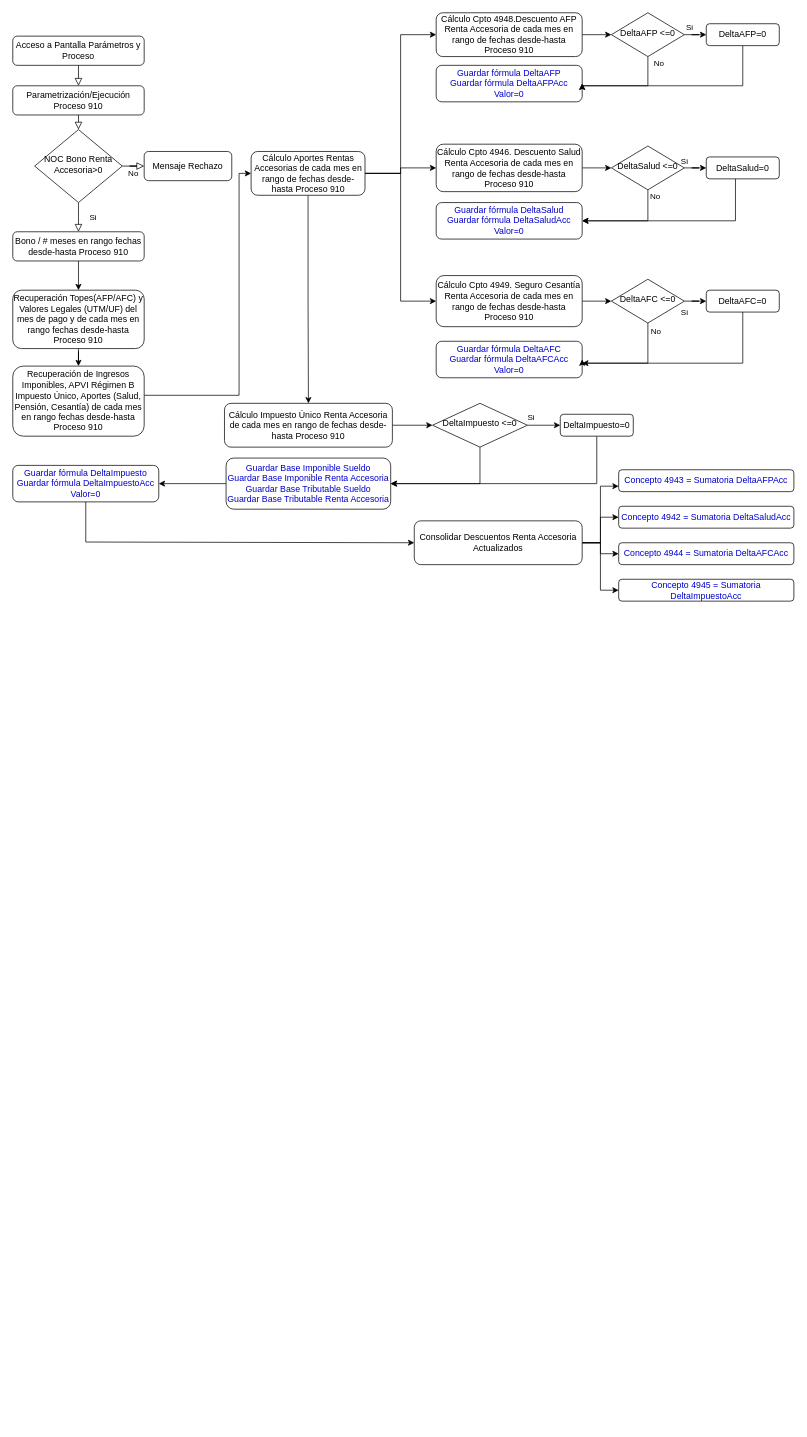
Before: Diagrama sin título.drawio in McClauss/EntregasCoderVD, a draw.io diagram. Source tidied: cells renumbered, new cells numbered last; positions are measured from the earlier drawing's top-left corner, leaving out a move shared by most shapes. Both pictures are drawn from the tidied source at 73%, with x=0, y=0 at pixel (12, 12).
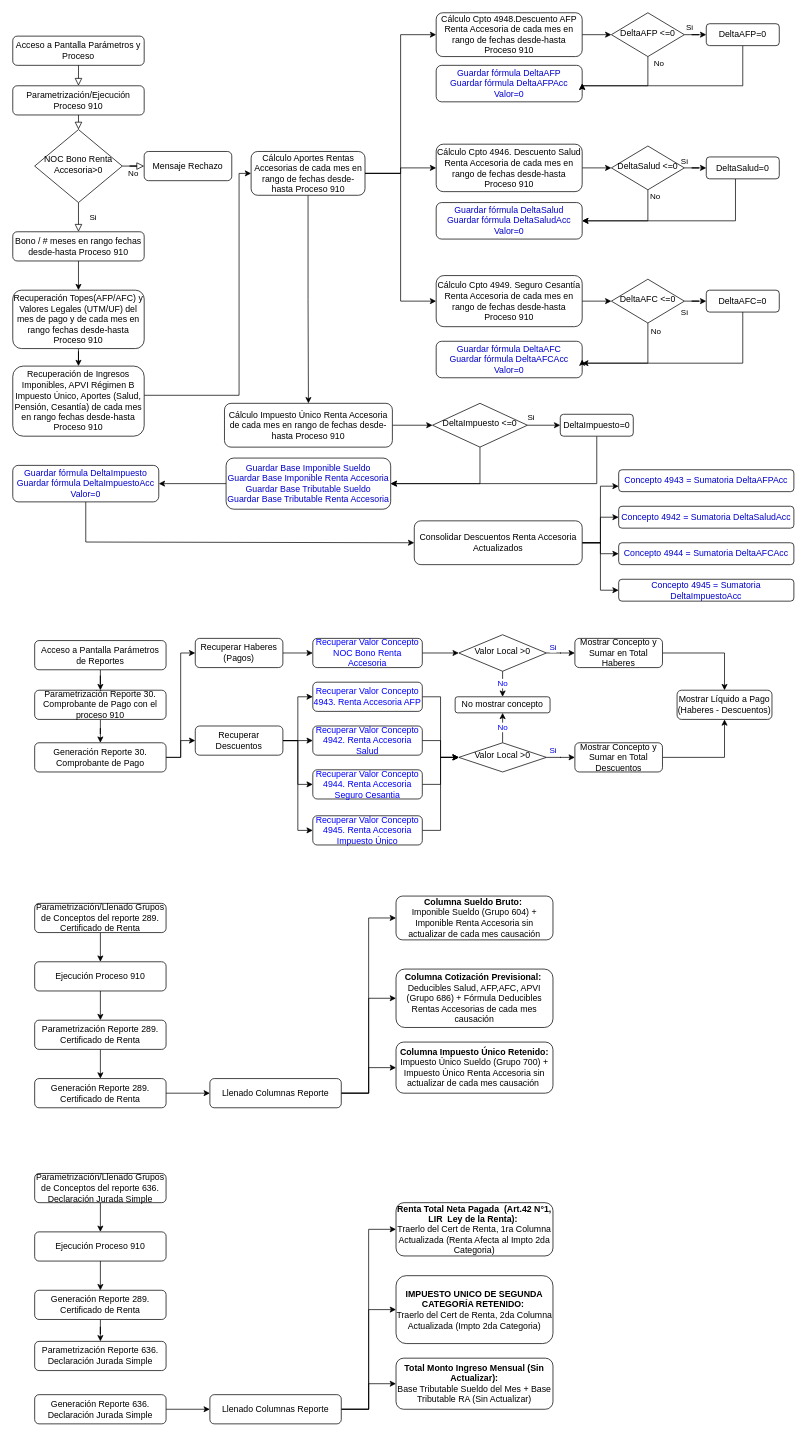
The same page after the edit.

Diff of the diagram source:
```diff
@@
+    <mxCell id="66" style="edgeStyle=orthogonalEdgeStyle;rounded=0;jettySize=auto;html=1;entryX=0.5;entryY=0;entryDx=0;entryDy=0;fontColor=#0000CC;" parent="1" edge="1" source="67" target="72">
+      <mxGeometry relative="1" as="geometry" />
+    </mxCell>
+    <mxCell id="67" value="Acceso a Pantalla Parámetros de Reportes" style="rounded=1;whiteSpace=wrap;html=1;fontSize=12;glass=0;strokeWidth=1;shadow=0;" parent="1" vertex="1">
+      <mxGeometry x="30" y="860" width="180" height="40" as="geometry" />
+    </mxCell>
+    <mxCell id="68" value="Si" style="edgeStyle=orthogonalEdgeStyle;rounded=0;jettySize=auto;html=1;entryX=0;entryY=0.5;entryDx=0;entryDy=0;fontColor=#0000CC;" parent="1" edge="1" source="70" target="99">
+      <mxGeometry x="-0.56" y="10" relative="1" as="geometry" />
+    </mxCell>
+    <mxCell id="69" value="No" style="edgeStyle=orthogonalEdgeStyle;rounded=0;jettySize=auto;html=1;entryX=0.5;entryY=1;entryDx=0;entryDy=0;fontColor=#0000FF;" parent="1" edge="1" source="70" target="101">
+      <mxGeometry relative="1" as="geometry" />
+    </mxCell>
+    <mxCell id="70" value="Valor Local &amp;gt;0" style="rhombus;whiteSpace=wrap;html=1;shadow=0;fontFamily=Helvetica;fontSize=12;align=center;strokeWidth=1;spacing=6;spacingTop=-4;" parent="1" vertex="1">
+      <mxGeometry x="611" y="1000" width="120" height="40" as="geometry" />
+    </mxCell>
+    <mxCell id="71" style="edgeStyle=orthogonalEdgeStyle;rounded=0;jettySize=auto;html=1;entryX=0.5;entryY=0;entryDx=0;entryDy=0;fontColor=#0000CC;" parent="1" edge="1" source="72" target="75">
+      <mxGeometry relative="1" as="geometry" />
+    </mxCell>
+    <mxCell id="72" value="Parametrización Reporte 30. Comprobante de Pago con el proceso 910" style="rounded=1;whiteSpace=wrap;html=1;fontSize=12;glass=0;strokeWidth=1;shadow=0;" parent="1" vertex="1">
+      <mxGeometry x="30" y="928" width="180" height="40" as="geometry" />
+    </mxCell>
+    <mxCell id="73" style="edgeStyle=orthogonalEdgeStyle;rounded=0;jettySize=auto;html=1;entryX=0;entryY=0.5;entryDx=0;entryDy=0;fontColor=#0000CC;" parent="1" edge="1" source="75" target="90">
+      <mxGeometry relative="1" as="geometry" />
+    </mxCell>
+    <mxCell id="74" style="edgeStyle=orthogonalEdgeStyle;rounded=0;jettySize=auto;html=1;entryX=0;entryY=0.5;entryDx=0;entryDy=0;fontColor=#0000CC;" parent="1" edge="1" source="75" target="95">
+      <mxGeometry relative="1" as="geometry" />
+    </mxCell>
+    <mxCell id="75" value="Generación Reporte 30. Comprobante de Pago" style="rounded=1;whiteSpace=wrap;html=1;fontSize=12;glass=0;strokeWidth=1;shadow=0;" parent="1" vertex="1">
+      <mxGeometry x="30" y="1000" width="180" height="40" as="geometry" />
+    </mxCell>
+    <mxCell id="76" style="edgeStyle=orthogonalEdgeStyle;rounded=0;jettySize=auto;html=1;entryX=0;entryY=0.5;entryDx=0;entryDy=0;fontColor=#0000CC;" parent="1" edge="1" source="77" target="88">
+      <mxGeometry relative="1" as="geometry" />
+    </mxCell>
+    <mxCell id="77" value="Recuperar Valor Concepto NOC Bono Renta Accesoria" style="rounded=1;whiteSpace=wrap;html=1;fontSize=12;glass=0;strokeWidth=1;shadow=0;fontColor=#0000FF;" parent="1" vertex="1">
+      <mxGeometry x="411" y="857" width="150" height="40" as="geometry" />
+    </mxCell>
+    <mxCell id="78" style="edgeStyle=orthogonalEdgeStyle;rounded=0;jettySize=auto;html=1;entryX=0;entryY=0.5;entryDx=0;entryDy=0;fontColor=#0000CC;" parent="1" edge="1" source="79" target="70">
+      <mxGeometry relative="1" as="geometry" />
+    </mxCell>
+    <mxCell id="79" value="Recuperar Valor Concepto 4943. Renta Accesoria AFP" style="rounded=1;whiteSpace=wrap;html=1;fontSize=12;glass=0;strokeWidth=1;shadow=0;fontColor=#0000FF;" parent="1" vertex="1">
+      <mxGeometry x="411" y="917" width="150" height="40" as="geometry" />
+    </mxCell>
+    <mxCell id="80" style="edgeStyle=orthogonalEdgeStyle;rounded=0;jettySize=auto;html=1;entryX=0;entryY=0.5;entryDx=0;entryDy=0;fontColor=#0000CC;" parent="1" edge="1" source="81" target="70">
+      <mxGeometry relative="1" as="geometry" />
+    </mxCell>
+    <mxCell id="81" value="Recuperar Valor Concepto 4942. Renta Accesoria Salud" style="rounded=1;whiteSpace=wrap;html=1;fontSize=12;glass=0;strokeWidth=1;shadow=0;fontColor=#0000FF;" parent="1" vertex="1">
+      <mxGeometry x="411" y="977" width="150" height="40" as="geometry" />
+    </mxCell>
+    <mxCell id="82" style="edgeStyle=orthogonalEdgeStyle;rounded=0;jettySize=auto;html=1;fontColor=#0000CC;" parent="1" edge="1" source="83" target="70">
+      <mxGeometry relative="1" as="geometry" />
+    </mxCell>
+    <mxCell id="83" value="Recuperar Valor Concepto 4944. Renta Accesoria Seguro Cesantia" style="rounded=1;whiteSpace=wrap;html=1;fontSize=12;glass=0;strokeWidth=1;shadow=0;fontColor=#0000FF;" parent="1" vertex="1">
+      <mxGeometry x="411" y="1037" width="150" height="40" as="geometry" />
+    </mxCell>
+    <mxCell id="84" style="edgeStyle=orthogonalEdgeStyle;rounded=0;jettySize=auto;html=1;entryX=0;entryY=0.5;entryDx=0;entryDy=0;fontColor=#0000CC;" parent="1" edge="1" source="85" target="70">
+      <mxGeometry relative="1" as="geometry" />
+    </mxCell>
+    <mxCell id="85" value="Recuperar Valor Concepto 4945. Renta Accesoria Impuesto Único" style="rounded=1;whiteSpace=wrap;html=1;fontSize=12;glass=0;strokeWidth=1;shadow=0;fontColor=#0000FF;" parent="1" vertex="1">
+      <mxGeometry x="411" y="1100" width="150" height="40" as="geometry" />
+    </mxCell>
+    <mxCell id="86" value="Si" style="edgeStyle=orthogonalEdgeStyle;rounded=0;jettySize=auto;html=1;entryX=0;entryY=0.5;entryDx=0;entryDy=0;fontColor=#0000CC;" parent="1" edge="1" source="88" target="97">
+      <mxGeometry x="-0.56" y="7" relative="1" as="geometry" />
+    </mxCell>
+    <mxCell id="87" value="No" style="edgeStyle=orthogonalEdgeStyle;rounded=0;jettySize=auto;html=1;entryX=0.5;entryY=0;entryDx=0;entryDy=0;fontColor=#0000FF;" parent="1" edge="1" source="88" target="101">
+      <mxGeometry relative="1" as="geometry" />
+    </mxCell>
+    <mxCell id="88" value="Valor Local &amp;gt;0" style="rhombus;whiteSpace=wrap;html=1;shadow=0;fontFamily=Helvetica;fontSize=12;align=center;strokeWidth=1;spacing=6;spacingTop=-4;" parent="1" vertex="1">
+      <mxGeometry x="611" y="852" width="120" height="50" as="geometry" />
+    </mxCell>
+    <mxCell id="89" style="edgeStyle=orthogonalEdgeStyle;rounded=0;jettySize=auto;html=1;entryX=0;entryY=0.5;entryDx=0;entryDy=0;fontColor=#0000CC;" parent="1" edge="1" source="90" target="77">
+      <mxGeometry relative="1" as="geometry" />
+    </mxCell>
+    <mxCell id="90" value="Recuperar Haberes (Pagos)" style="rounded=1;whiteSpace=wrap;html=1;fontSize=12;glass=0;strokeWidth=1;shadow=0;" parent="1" vertex="1">
+      <mxGeometry x="250" y="857" width="120" height="40" as="geometry" />
+    </mxCell>
+    <mxCell id="91" style="edgeStyle=orthogonalEdgeStyle;rounded=0;jettySize=auto;html=1;entryX=0;entryY=0.5;entryDx=0;entryDy=0;fontColor=#0000CC;" parent="1" edge="1" source="95" target="79">
+      <mxGeometry relative="1" as="geometry" />
+    </mxCell>
+    <mxCell id="92" style="edgeStyle=orthogonalEdgeStyle;rounded=0;jettySize=auto;html=1;entryX=0;entryY=0.5;entryDx=0;entryDy=0;fontColor=#0000CC;" parent="1" edge="1" source="95" target="81">
+      <mxGeometry relative="1" as="geometry" />
+    </mxCell>
+    <mxCell id="93" style="edgeStyle=orthogonalEdgeStyle;rounded=0;jettySize=auto;html=1;entryX=0;entryY=0.5;entryDx=0;entryDy=0;fontColor=#0000CC;" parent="1" edge="1" source="95" target="83">
+      <mxGeometry relative="1" as="geometry" />
+    </mxCell>
+    <mxCell id="94" style="edgeStyle=orthogonalEdgeStyle;rounded=0;jettySize=auto;html=1;entryX=0;entryY=0.5;entryDx=0;entryDy=0;fontColor=#0000CC;" parent="1" edge="1" source="95" target="85">
+      <mxGeometry relative="1" as="geometry" />
+    </mxCell>
+    <mxCell id="95" value="Recuperar Descuentos" style="rounded=1;whiteSpace=wrap;html=1;fontSize=12;glass=0;strokeWidth=1;shadow=0;" parent="1" vertex="1">
+      <mxGeometry x="250" y="977" width="120" height="40" as="geometry" />
+    </mxCell>
+    <mxCell id="96" style="edgeStyle=orthogonalEdgeStyle;rounded=0;jettySize=auto;html=1;entryX=0.5;entryY=0;entryDx=0;entryDy=0;fontColor=#0000CC;" parent="1" edge="1" source="97" target="100">
+      <mxGeometry relative="1" as="geometry" />
+    </mxCell>
+    <mxCell id="97" value="Mostrar Concepto y Sumar en Total Haberes" style="rounded=1;whiteSpace=wrap;html=1;fontSize=12;glass=0;strokeWidth=1;shadow=0;" parent="1" vertex="1">
+      <mxGeometry x="770" y="857" width="120" height="40" as="geometry" />
+    </mxCell>
+    <mxCell id="98" style="edgeStyle=orthogonalEdgeStyle;rounded=0;jettySize=auto;html=1;entryX=0.5;entryY=1;entryDx=0;entryDy=0;fontColor=#0000CC;" parent="1" edge="1" source="99" target="100">
+      <mxGeometry relative="1" as="geometry" />
+    </mxCell>
+    <mxCell id="99" value="Mostrar Concepto y Sumar en Total Descuentos" style="rounded=1;whiteSpace=wrap;html=1;fontSize=12;glass=0;strokeWidth=1;shadow=0;" parent="1" vertex="1">
+      <mxGeometry x="770" y="1000" width="120" height="40" as="geometry" />
+    </mxCell>
+    <mxCell id="100" value="Mostrar Líquido a Pago (Haberes - Descuentos)" style="rounded=1;whiteSpace=wrap;html=1;fontSize=12;glass=0;strokeWidth=1;shadow=0;" parent="1" vertex="1">
+      <mxGeometry x="910" y="928" width="130" height="40" as="geometry" />
+    </mxCell>
+    <mxCell id="101" value="No mostrar concepto" style="rounded=1;whiteSpace=wrap;html=1;fontSize=12;glass=0;strokeWidth=1;shadow=0;" parent="1" vertex="1">
+      <mxGeometry x="606" y="937" width="130" height="22" as="geometry" />
+    </mxCell>
+    <mxCell id="102" style="edgeStyle=orthogonalEdgeStyle;rounded=0;jettySize=auto;html=1;entryX=0.5;entryY=0;entryDx=0;entryDy=0;fontColor=#0000FF;" parent="1" edge="1" source="103" target="107">
+      <mxGeometry relative="1" as="geometry" />
+    </mxCell>
+    <mxCell id="103" value="Parametrización/Llenado Grupos de Conceptos del reporte 289. Certificado de Renta" style="rounded=1;whiteSpace=wrap;html=1;fontSize=12;glass=0;strokeWidth=1;shadow=0;" parent="1" vertex="1">
+      <mxGeometry x="30" y="1220" width="180" height="40" as="geometry" />
+    </mxCell>
+    <mxCell id="104" style="edgeStyle=orthogonalEdgeStyle;rounded=0;jettySize=auto;html=1;entryX=0.5;entryY=0;entryDx=0;entryDy=0;fontColor=#0000FF;" parent="1" edge="1" source="105" target="109">
+      <mxGeometry relative="1" as="geometry" />
+    </mxCell>
+    <mxCell id="105" value="Parametrización Reporte 289. Certificado de Renta" style="rounded=1;whiteSpace=wrap;html=1;fontSize=12;glass=0;strokeWidth=1;shadow=0;" parent="1" vertex="1">
+      <mxGeometry x="30" y="1380" width="180" height="40" as="geometry" />
+    </mxCell>
+    <mxCell id="106" style="edgeStyle=orthogonalEdgeStyle;rounded=0;jettySize=auto;html=1;entryX=0.5;entryY=0;entryDx=0;entryDy=0;fontColor=#0000FF;" parent="1" edge="1" source="107" target="105">
+      <mxGeometry relative="1" as="geometry" />
+    </mxCell>
+    <mxCell id="107" value="Ejecución Proceso 910" style="rounded=1;whiteSpace=wrap;html=1;fontSize=12;glass=0;strokeWidth=1;shadow=0;" parent="1" vertex="1">
+      <mxGeometry x="30" y="1300" width="180" height="40" as="geometry" />
+    </mxCell>
+    <mxCell id="108" style="edgeStyle=orthogonalEdgeStyle;rounded=0;jettySize=auto;html=1;entryX=0;entryY=0.5;entryDx=0;entryDy=0;fontColor=#0000FF;" parent="1" edge="1" source="109" target="113">
+      <mxGeometry relative="1" as="geometry" />
+    </mxCell>
+    <mxCell id="109" value="Generación Reporte 289. Certificado de Renta" style="rounded=1;whiteSpace=wrap;html=1;fontSize=12;glass=0;strokeWidth=1;shadow=0;" parent="1" vertex="1">
+      <mxGeometry x="30" y="1460" width="180" height="40" as="geometry" />
+    </mxCell>
+    <mxCell id="110" style="edgeStyle=orthogonalEdgeStyle;rounded=0;jettySize=auto;html=1;entryX=0;entryY=0.5;entryDx=0;entryDy=0;fontColor=#0000FF;" parent="1" edge="1" source="113" target="114">
+      <mxGeometry relative="1" as="geometry" />
+    </mxCell>
+    <mxCell id="111" style="edgeStyle=orthogonalEdgeStyle;rounded=0;jettySize=auto;html=1;entryX=0;entryY=0.5;entryDx=0;entryDy=0;fontColor=#0000FF;" parent="1" edge="1" source="113" target="115">
+      <mxGeometry relative="1" as="geometry" />
+    </mxCell>
+    <mxCell id="112" style="edgeStyle=orthogonalEdgeStyle;rounded=0;jettySize=auto;html=1;entryX=0;entryY=0.5;entryDx=0;entryDy=0;fontColor=#0000FF;" parent="1" edge="1" source="113" target="116">
+      <mxGeometry relative="1" as="geometry" />
+    </mxCell>
+    <mxCell id="113" value="Llenado Columnas Reporte" style="rounded=1;whiteSpace=wrap;html=1;fontSize=12;glass=0;strokeWidth=1;shadow=0;" parent="1" vertex="1">
+      <mxGeometry x="270" y="1460" width="180" height="40" as="geometry" />
+    </mxCell>
+    <mxCell id="114" value="&lt;b&gt;Columna Sueldo Bruto:&lt;/b&gt;&amp;nbsp;&lt;br&gt;Imponible Sueldo (Grupo 604) + Imponible Renta Accesoria sin actualizar de cada mes causación" style="rounded=1;whiteSpace=wrap;html=1;fontSize=12;glass=0;strokeWidth=1;shadow=0;" parent="1" vertex="1">
+      <mxGeometry x="525" y="1210" width="215" height="60" as="geometry" />
+    </mxCell>
+    <mxCell id="115" value="&lt;b&gt;Columna Cotización Previsional:&lt;/b&gt;&amp;nbsp;&lt;br&gt;Deducibles Salud, AFP,AFC, APVI (Grupo 686) + Fórmula Deducibles Rentas Accesorias de cada mes causación" style="rounded=1;whiteSpace=wrap;html=1;fontSize=12;glass=0;strokeWidth=1;shadow=0;" parent="1" vertex="1">
+      <mxGeometry x="525" y="1310" width="215" height="80" as="geometry" />
+    </mxCell>
+    <mxCell id="116" value="&lt;b&gt;Columna Impuesto Único Retenido:&lt;/b&gt;&lt;br&gt;Impuesto Único Sueldo (Grupo 700) + Impuesto Único Renta Accesoria sin actualizar de cada mes causación&amp;nbsp;" style="rounded=1;whiteSpace=wrap;html=1;fontSize=12;glass=0;strokeWidth=1;shadow=0;" parent="1" vertex="1">
+      <mxGeometry x="525" y="1410" width="215" height="70" as="geometry" />
+    </mxCell>
+    <mxCell id="117" style="edgeStyle=orthogonalEdgeStyle;rounded=0;jettySize=auto;html=1;entryX=0.5;entryY=0;entryDx=0;entryDy=0;fontColor=#0000FF;" parent="1" edge="1" source="118" target="121">
+      <mxGeometry relative="1" as="geometry" />
+    </mxCell>
+    <mxCell id="118" value="Parametrización/Llenado Grupos de Conceptos del reporte 636. Declaración Jurada Simple" style="rounded=1;whiteSpace=wrap;html=1;fontSize=12;glass=0;strokeWidth=1;shadow=0;" parent="1" vertex="1">
+      <mxGeometry x="30" y="1590" width="180" height="40" as="geometry" />
+    </mxCell>
+    <mxCell id="119" value="Parametrización Reporte 636. Declaración Jurada Simple" style="rounded=1;whiteSpace=wrap;html=1;fontSize=12;glass=0;strokeWidth=1;shadow=0;" parent="1" vertex="1">
+      <mxGeometry x="30" y="1820" width="180" height="40" as="geometry" />
+    </mxCell>
+    <mxCell id="120" style="edgeStyle=orthogonalEdgeStyle;rounded=0;jettySize=auto;html=1;fontColor=#0000FF;entryX=0.5;entryY=0;entryDx=0;entryDy=0;" parent="1" edge="1" source="121" target="132">
+      <mxGeometry relative="1" as="geometry" />
+    </mxCell>
+    <mxCell id="121" value="Ejecución Proceso 910" style="rounded=1;whiteSpace=wrap;html=1;fontSize=12;glass=0;strokeWidth=1;shadow=0;" parent="1" vertex="1">
+      <mxGeometry x="30" y="1670" width="180" height="40" as="geometry" />
+    </mxCell>
+    <mxCell id="122" style="edgeStyle=orthogonalEdgeStyle;rounded=0;jettySize=auto;html=1;entryX=0;entryY=0.5;entryDx=0;entryDy=0;fontColor=#0000FF;" parent="1" edge="1" source="123" target="127">
+      <mxGeometry relative="1" as="geometry" />
+    </mxCell>
+    <mxCell id="123" value="Generación Reporte 636. Declaración Jurada Simple" style="rounded=1;whiteSpace=wrap;html=1;fontSize=12;glass=0;strokeWidth=1;shadow=0;" parent="1" vertex="1">
+      <mxGeometry x="30" y="1893" width="180" height="40" as="geometry" />
+    </mxCell>
+    <mxCell id="124" style="edgeStyle=orthogonalEdgeStyle;rounded=0;jettySize=auto;html=1;entryX=0;entryY=0.5;entryDx=0;entryDy=0;fontColor=#0000FF;" parent="1" edge="1" source="127" target="128">
+      <mxGeometry relative="1" as="geometry" />
+    </mxCell>
+    <mxCell id="125" style="edgeStyle=orthogonalEdgeStyle;rounded=0;jettySize=auto;html=1;entryX=0;entryY=0.5;entryDx=0;entryDy=0;fontColor=#0000FF;" parent="1" edge="1" source="127" target="129">
+      <mxGeometry relative="1" as="geometry" />
+    </mxCell>
+    <mxCell id="126" style="edgeStyle=orthogonalEdgeStyle;rounded=0;jettySize=auto;html=1;entryX=0;entryY=0.5;entryDx=0;entryDy=0;fontColor=#0000FF;" parent="1" edge="1" source="127" target="130">
+      <mxGeometry relative="1" as="geometry" />
+    </mxCell>
+    <mxCell id="127" value="Llenado Columnas Reporte" style="rounded=1;whiteSpace=wrap;html=1;fontSize=12;glass=0;strokeWidth=1;shadow=0;" parent="1" vertex="1">
+      <mxGeometry x="270" y="1893" width="180" height="40" as="geometry" />
+    </mxCell>
+    <mxCell id="128" value="&lt;b&gt;Renta Total Neta Pagada&amp;nbsp; (Art.42 N°1, LIR&amp;nbsp; Ley de la Renta):&lt;/b&gt;&amp;nbsp;&lt;br&gt;Traerlo del Cert de Renta, 1ra Columna Actualizada (Renta Afecta al Impto 2da Categoria)" style="rounded=1;whiteSpace=wrap;html=1;fontSize=12;glass=0;strokeWidth=1;shadow=0;" parent="1" vertex="1">
+      <mxGeometry x="525" y="1630" width="215" height="73" as="geometry" />
+    </mxCell>
+    <mxCell id="129" value="&lt;b&gt;IMPUESTO UNICO DE SEGUNDA CATEGORÍA RETENIDO:&lt;/b&gt;&amp;nbsp;&lt;br&gt;Traerlo del Cert de Renta, 2da Columna Actualizada (Impto 2da Categoria)" style="rounded=1;whiteSpace=wrap;html=1;fontSize=12;glass=0;strokeWidth=1;shadow=0;" parent="1" vertex="1">
+      <mxGeometry x="525" y="1730" width="215" height="93" as="geometry" />
+    </mxCell>
+    <mxCell id="130" value="&lt;b&gt;Total Monto Ingreso Mensual (Sin Actualizar):&lt;/b&gt;&lt;br&gt;Base Tributable Sueldo del Mes + Base Tributable RA (Sin Actualizar)" style="rounded=1;whiteSpace=wrap;html=1;fontSize=12;glass=0;strokeWidth=1;shadow=0;" parent="1" vertex="1">
+      <mxGeometry x="525" y="1843" width="215" height="70" as="geometry" />
+    </mxCell>
+    <mxCell id="131" style="edgeStyle=orthogonalEdgeStyle;rounded=0;jettySize=auto;html=1;entryX=0.5;entryY=0;entryDx=0;entryDy=0;fontColor=#0000FF;" parent="1" edge="1" source="132" target="119">
+      <mxGeometry relative="1" as="geometry" />
+    </mxCell>
+    <mxCell id="132" value="Generación Reporte 289. Certificado de Renta" style="rounded=1;whiteSpace=wrap;html=1;fontSize=12;glass=0;strokeWidth=1;shadow=0;" parent="1" vertex="1">
+      <mxGeometry x="30" y="1750" width="180" height="40" as="geometry" />
+    </mxCell>
```
